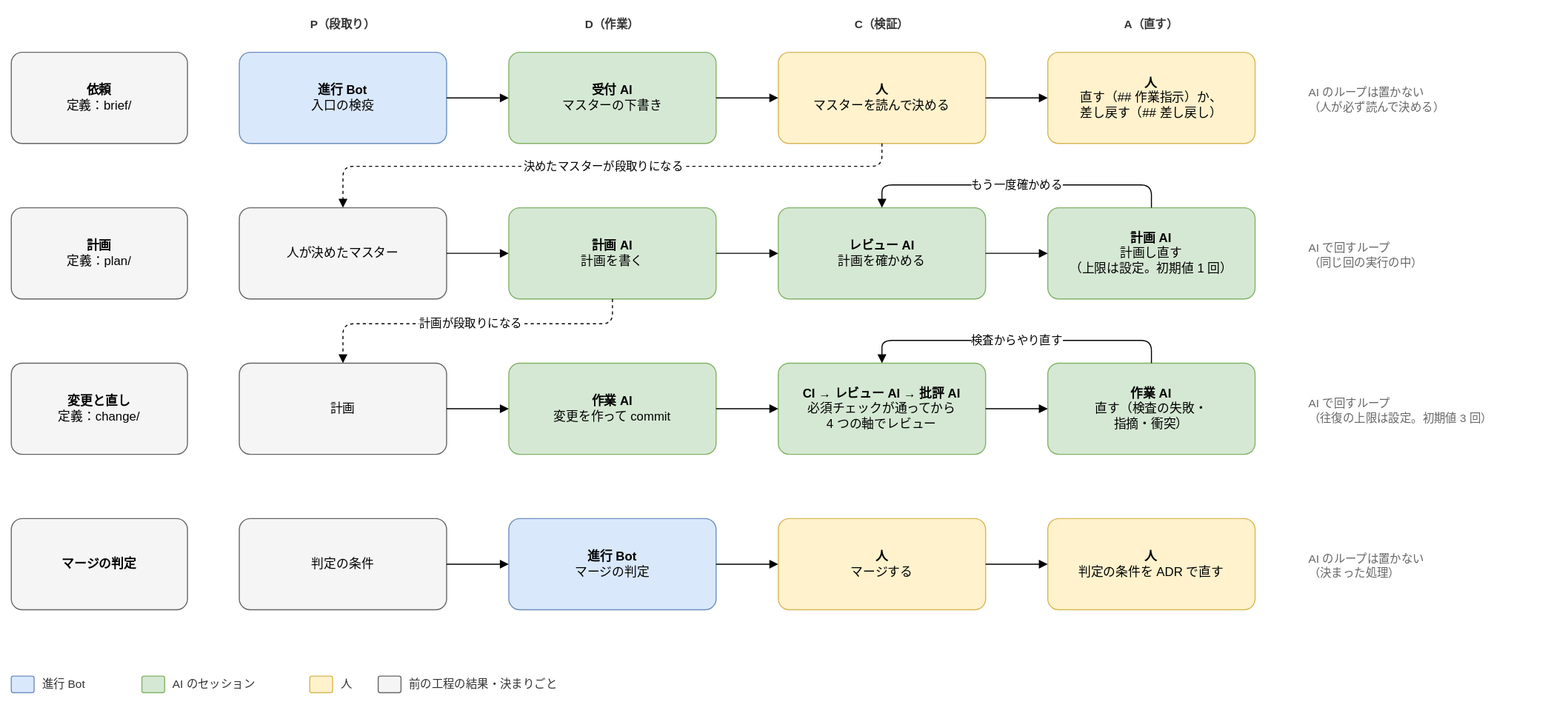
Joymerrevent/dev-autopilot keeps this draw.io diagram as docs/design/basic/diagrams/02-pdca.drawio.svg. Above is the earlier version. Source tidied: cells renumbered, new cells last; positions are measured from the earlier drawing's top-left corner, leaving out a move shared by most shapes.
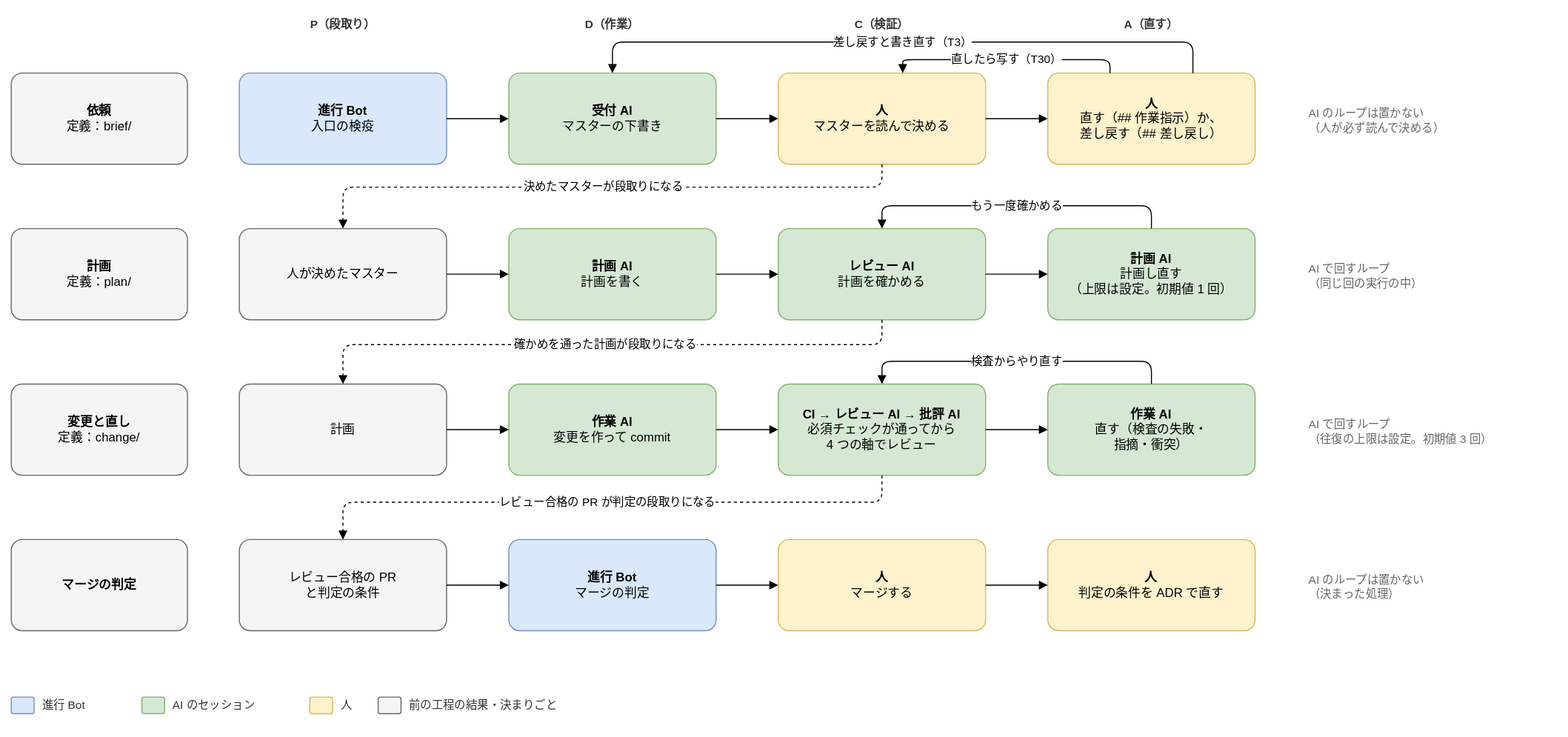
Later version of the same file.

Commit message:
docs: 工程ごとの PDCA の図に、依頼の直しの戻りと、検証から次の段取りへの線を足す

メンテナのレビューで直した。

- 依頼の段：A（直す）から C（人が読む）へ「直したら写す（T30）」、A から D（受付 AI）へ
  「差し戻すと書き直す（T3）」の戻りの線を足した。ほかの段と同じく、段の上を通す
- 計画の段取りの線を、計画 AI（D）でなくレビュー AI（C）から出す。次の段取りになるのは、
  確かめを通った計画だけ（T7）
- 変更の段の C（CI・レビュー AI・批評 AI）から、マージの判定の段取りへの線を足し、
  段取りの箱を「レビュー合格の PR と判定の条件」にした
- 本文の表と箇条も同じに直した

What changed in the source:
```diff
@@ -3,16 +3,16 @@
     <mxCell id="0" />
     <mxCell id="1" parent="0" />
     <mxCell id="2" value="&lt;b&gt;P（段取り）&lt;/b&gt;" style="text;html=1;whiteSpace=wrap;align=left;verticalAlign=top;fontSize=11;fontColor=#666666;align=center;fontColor=#333333;" parent="1" vertex="1">
-      <mxGeometry x="220" width="200" height="20" as="geometry" />
+      <mxGeometry x="220" y="-20" width="200" height="20" as="geometry" />
     </mxCell>
     <mxCell id="3" value="&lt;b&gt;D（作業）&lt;/b&gt;" style="text;html=1;whiteSpace=wrap;align=left;verticalAlign=top;fontSize=11;fontColor=#666666;align=center;fontColor=#333333;" parent="1" vertex="1">
-      <mxGeometry x="480" width="200" height="20" as="geometry" />
+      <mxGeometry x="480" y="-20" width="200" height="20" as="geometry" />
     </mxCell>
     <mxCell id="4" value="&lt;b&gt;C（検証）&lt;/b&gt;" style="text;html=1;whiteSpace=wrap;align=left;verticalAlign=top;fontSize=11;fontColor=#666666;align=center;fontColor=#333333;" parent="1" vertex="1">
-      <mxGeometry x="740" width="200" height="20" as="geometry" />
+      <mxGeometry x="740" y="-20" width="200" height="20" as="geometry" />
     </mxCell>
     <mxCell id="5" value="&lt;b&gt;A（直す）&lt;/b&gt;" style="text;html=1;whiteSpace=wrap;align=left;verticalAlign=top;fontSize=11;fontColor=#666666;align=center;fontColor=#333333;" parent="1" vertex="1">
-      <mxGeometry x="1000" width="200" height="20" as="geometry" />
+      <mxGeometry x="1000" y="-20" width="200" height="20" as="geometry" />
     </mxCell>
     <mxCell id="6" value="&lt;b&gt;依頼&lt;/b&gt;&lt;br&gt;定義：brief/" style="rounded=1;whiteSpace=wrap;html=1;fontSize=12;arcSize=12;spacing=12;fillColor=#f5f5f5;strokeColor=#666666;" parent="1" vertex="1">
       <mxGeometry y="40" width="170" height="88" as="geometry" />
@@ -114,7 +114,7 @@
     <mxCell id="35" value="&lt;b&gt;マージの判定&lt;/b&gt;" style="rounded=1;whiteSpace=wrap;html=1;fontSize=12;arcSize=12;spacing=12;fillColor=#f5f5f5;strokeColor=#666666;" parent="1" vertex="1">
       <mxGeometry y="490" width="170" height="88" as="geometry" />
     </mxCell>
-    <mxCell id="36" value="判定の条件" style="rounded=1;whiteSpace=wrap;html=1;fontSize=12;arcSize=12;spacing=12;fillColor=#f5f5f5;strokeColor=#666666;" parent="1" vertex="1">
+    <mxCell id="36" value="レビュー合格の PR&lt;br&gt;と判定の条件" style="rounded=1;whiteSpace=wrap;html=1;fontSize=12;arcSize=12;spacing=12;fillColor=#f5f5f5;strokeColor=#666666;" parent="1" vertex="1">
       <mxGeometry x="220" y="490" width="200" height="88" as="geometry" />
     </mxCell>
     <mxCell id="37" value="&lt;b&gt;進行 Bot&lt;/b&gt;&lt;br&gt;マージの判定" style="rounded=1;whiteSpace=wrap;html=1;fontSize=12;arcSize=12;spacing=12;fillColor=#dae8fc;strokeColor=#6c8ebf;" parent="1" vertex="1">
@@ -146,10 +146,10 @@
         </Array>
       </mxGeometry>
     </mxCell>
-    <mxCell id="45" value="計画が段取りになる" style="edgeStyle=orthogonalEdgeStyle;rounded=1;html=1;endArrow=block;endFill=1;fontSize=11;labelBackgroundColor=#ffffff;dashed=1;exitX=0.5;exitY=1;exitDx=0;exitDy=0;entryX=0.5;entryY=0;entryDx=0;entryDy=0;" parent="1" edge="1" source="17" target="26">
+    <mxCell id="45" value="確かめを通った計画が段取りになる" style="edgeStyle=orthogonalEdgeStyle;rounded=1;html=1;endArrow=block;endFill=1;fontSize=11;labelBackgroundColor=#ffffff;dashed=1;exitX=0.5;exitY=1;exitDx=0;exitDy=0;entryX=0.5;entryY=0;entryDx=0;entryDy=0;" parent="1" edge="1" source="18" target="26">
       <mxGeometry relative="1" as="geometry">
         <Array as="points">
-          <mxPoint x="580" y="302" />
+          <mxPoint x="840" y="302" />
           <mxPoint x="320" y="302" />
         </Array>
       </mxGeometry>
@@ -178,5 +178,29 @@
     <mxCell id="53" value="前の工程の結果・決まりごと" style="text;html=1;align=left;verticalAlign=middle;fontSize=11;fontColor=#333333;" parent="1" vertex="1">
       <mxGeometry x="382" y="640" width="166" height="20" as="geometry" />
     </mxCell>
+    <mxCell id="54" value="直したら写す（T30）" style="edgeStyle=orthogonalEdgeStyle;rounded=1;html=1;endArrow=block;endFill=1;fontSize=11;labelBackgroundColor=#ffffff;exitX=0.3;exitY=0;exitDx=0;exitDy=0;entryX=0.6;entryY=0;entryDx=0;entryDy=0;" parent="1" edge="1" source="10" target="9">
+      <mxGeometry relative="1" as="geometry">
+        <Array as="points">
+          <mxPoint x="1060" y="27" />
+          <mxPoint x="860" y="27" />
+        </Array>
+      </mxGeometry>
+    </mxCell>
+    <mxCell id="55" value="差し戻すと書き直す（T3）" style="edgeStyle=orthogonalEdgeStyle;rounded=1;html=1;endArrow=block;endFill=1;fontSize=11;labelBackgroundColor=#ffffff;exitX=0.7;exitY=0;exitDx=0;exitDy=0;entryX=0.5;entryY=0;entryDx=0;entryDy=0;" parent="1" edge="1" source="10" target="8">
+      <mxGeometry relative="1" as="geometry">
+        <Array as="points">
+          <mxPoint x="1140" y="10" />
+          <mxPoint x="580" y="10" />
+        </Array>
+      </mxGeometry>
+    </mxCell>
+    <mxCell id="56" value="レビュー合格の PR が判定の段取りになる" style="edgeStyle=orthogonalEdgeStyle;rounded=1;html=1;endArrow=block;endFill=1;fontSize=11;labelBackgroundColor=#ffffff;dashed=1;exitX=0.5;exitY=1;exitDx=0;exitDy=0;entryX=0.5;entryY=0;entryDx=0;entryDy=0;" parent="1" edge="1" source="28" target="36">
+      <mxGeometry relative="1" as="geometry">
+        <Array as="points">
+          <mxPoint x="840" y="454" />
+          <mxPoint x="320" y="454" />
+        </Array>
+      </mxGeometry>
+    </mxCell>
   </root>
 </mxGraphModel>
```
